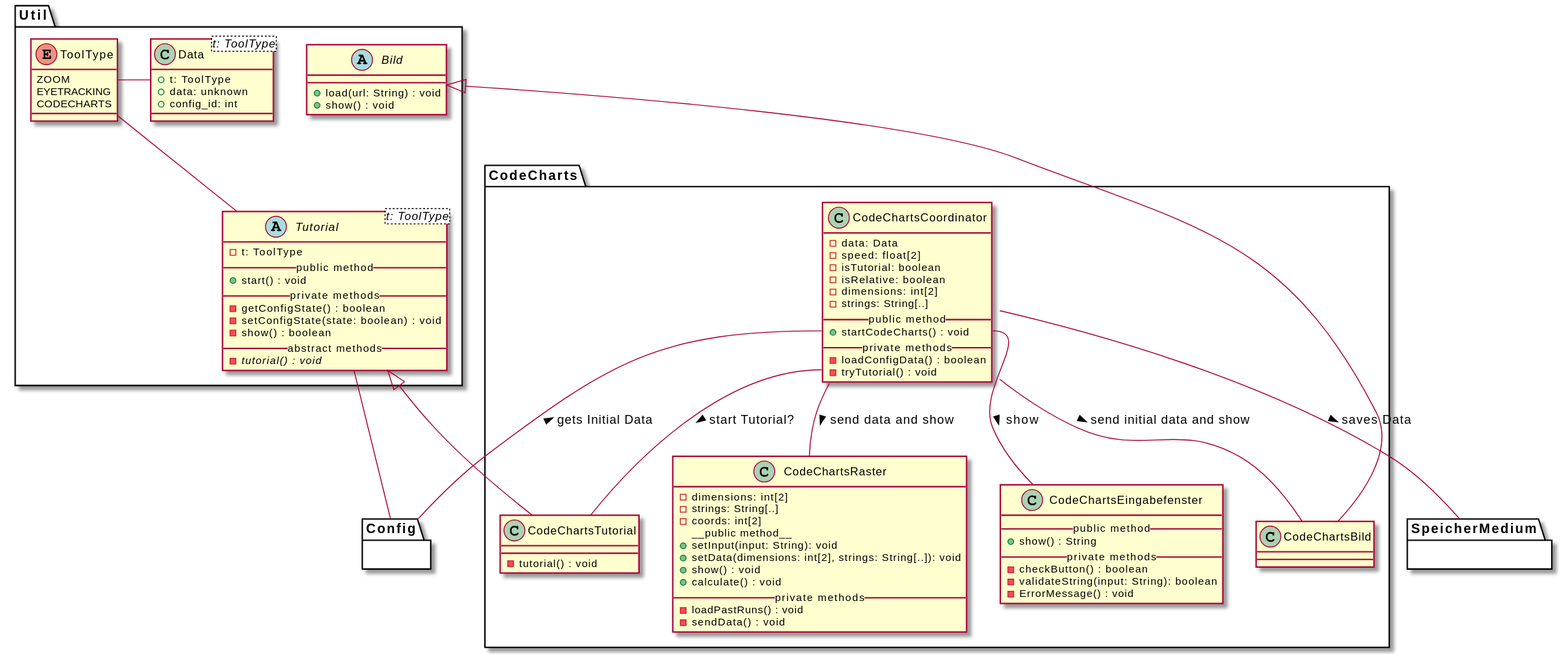
weichware10/meilensteine keeps this PlantUML diagram as meilenstein_03/uml-code_charts/uml-code_charts.svg. Above is the earlier version.
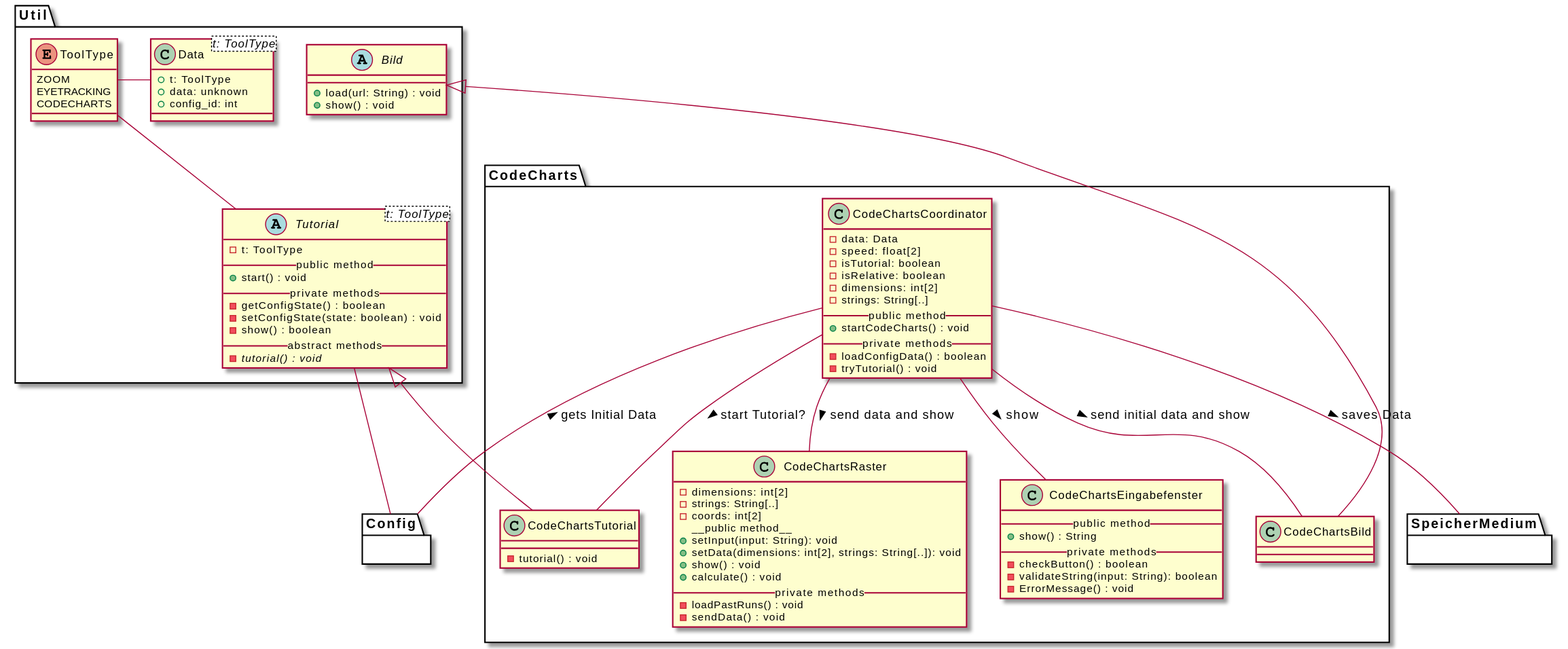
After the commit.

Commit message:
Render PlantUML SVGs

What changed in the source:
```diff
@@ -84,16 +84,16 @@
         - ErrorMessage() : void
     }
 
-  Bild <|-d- CodeChartsBild
-  Tutorial <|-d- CodeChartsTutorial
+    Bild <|-d- CodeChartsBild
+    Tutorial <|-d- CodeChartsTutorial
 
-  CodeChartsCoordinator -- CodeChartsBild : > send initial data and show
-  CodeChartsCoordinator -- CodeChartsRaster : > send data and show
-  CodeChartsCoordinator::startCodeCharts -- CodeChartsEingabefenster : > show
-  CodeChartsCoordinator::tryTutorial -- CodeChartsTutorial : > start Tutorial?
+    CodeChartsCoordinator -- CodeChartsBild : > send initial data and show
+    CodeChartsCoordinator -- CodeChartsRaster : > send data and show
+    CodeChartsCoordinator -- CodeChartsEingabefenster : > show
+    CodeChartsCoordinator -- CodeChartsTutorial : > start Tutorial?
 
-  CodeChartsCoordinator -- SpeicherMedium : > saves Data
-  CodeChartsCoordinator::startCodeCharts -- Config : < gets Initial Data
+    CodeChartsCoordinator -- SpeicherMedium : > saves Data
+    CodeChartsCoordinator -- Config : < gets Initial Data
 
 }
 
```
